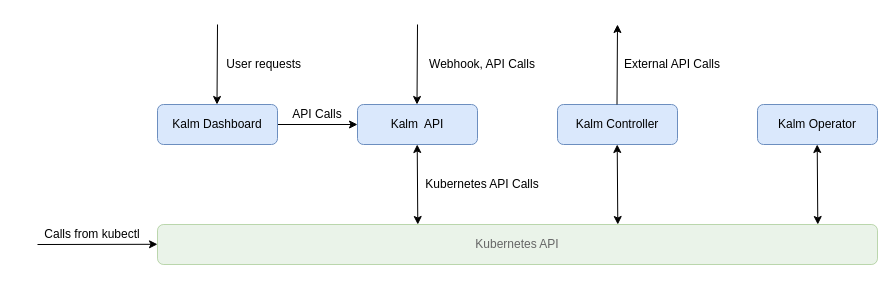
Before: kalm-components.drawio in davidqhr/diagrams-storage, a draw.io diagram. Source tidied: cells renumbered, new cells numbered last; positions are measured from the earlier drawing's top-left corner, leaving out a move shared by most shapes. Both pictures are drawn from the tidied source at 100%, with x=0, y=0 at pixel (17, 24).
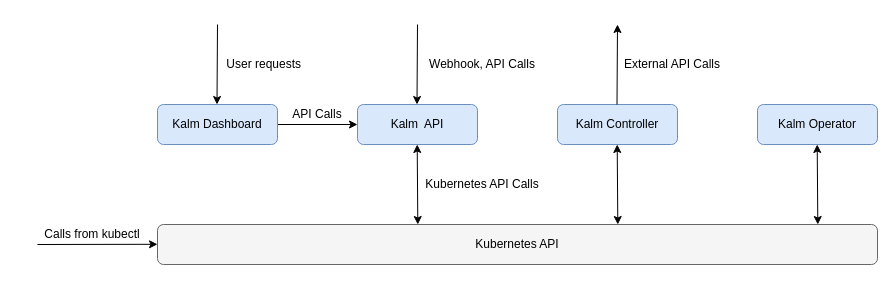
After the change.

Change to the diagram source:
```diff
@@
-    <mxCell id="8" value="&lt;p style=&quot;line-height: 120%&quot;&gt;&lt;font color=&quot;#666666&quot;&gt;Kubernetes API&lt;/font&gt;&lt;/p&gt;" style="rounded=1;whiteSpace=wrap;html=1;fillColor=#d5e8d4;strokeColor=#82b366;opacity=50;" parent="1" vertex="1">
+    <mxCell id="8" value="&lt;p style=&quot;line-height: 120%&quot;&gt;&lt;font color=&quot;#000000&quot;&gt;Kubernetes API&lt;/font&gt;&lt;/p&gt;" style="rounded=1;whiteSpace=wrap;html=1;fillColor=#f5f5f5;strokeColor=#666666;fontColor=#333333;" parent="1" vertex="1">
       <mxGeometry x="140" y="200" width="720" height="40" as="geometry" />
     </mxCell>
```
